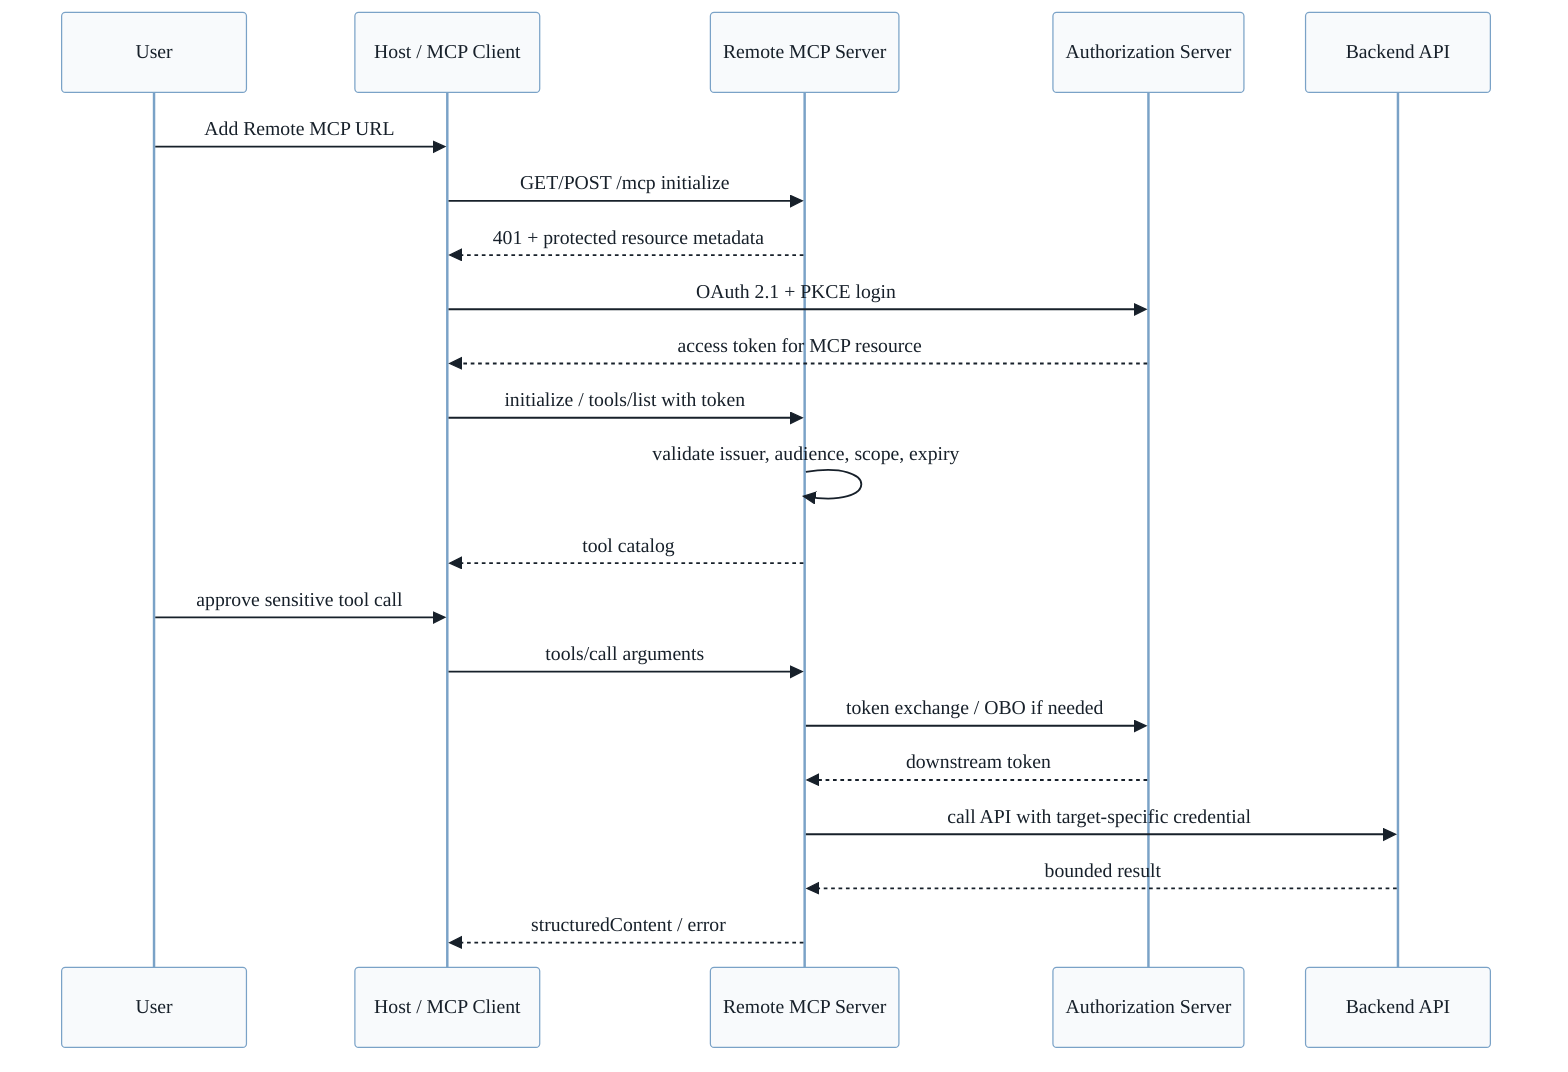
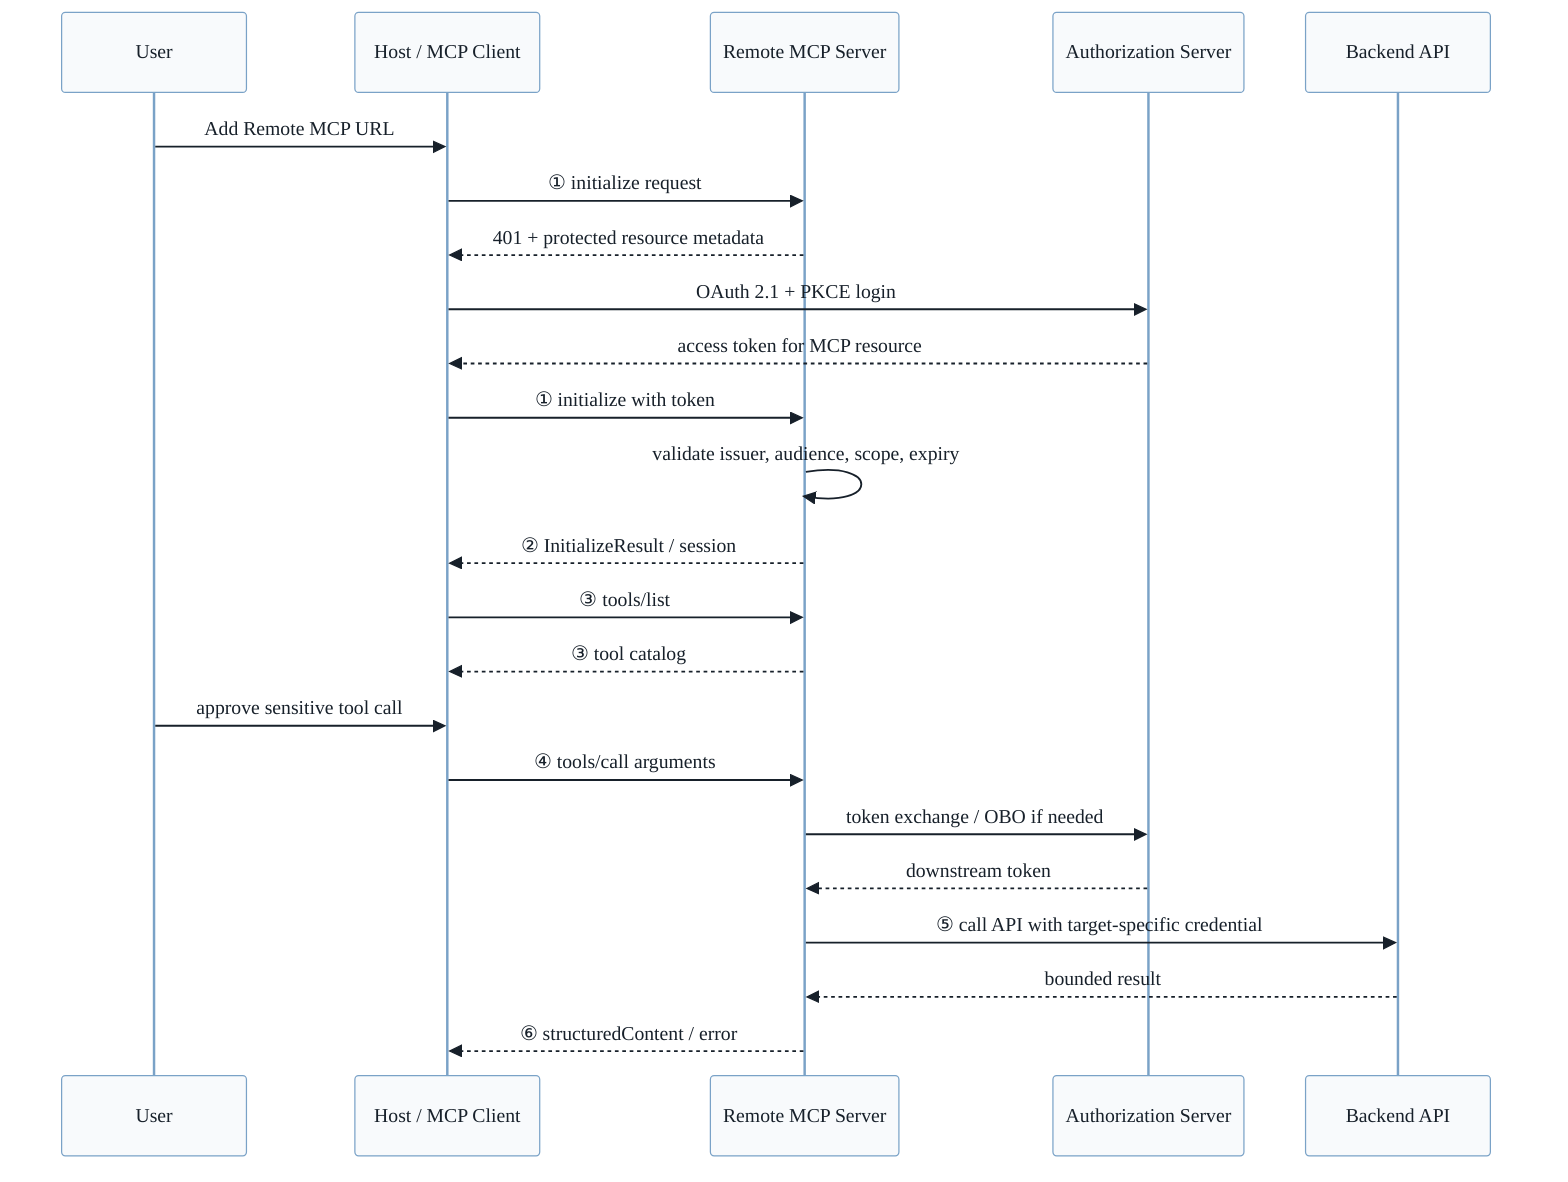
%%{init: {"theme": "base", "themeVariables": {"fontFamily": "Inter, Arial, sans-serif", "primaryColor": "#f8fafc", "primaryTextColor": "#17202a", "primaryBorderColor": "#7aa2c7", "lineColor": "#6b7a8c", "secondaryColor": "#eaf4ef", "tertiaryColor": "#f6efe2"}}}%%
sequenceDiagram
  participant U as User
  participant H as Host / MCP Client
  participant R as Remote MCP Server
  participant AS as Authorization Server
  participant API as Backend API

  U->>H: Add Remote MCP URL
-   H->>R: GET/POST /mcp initialize
+   H->>R: ① initialize request
  R-->>H: 401 + protected resource metadata
  H->>AS: OAuth 2.1 + PKCE login
  AS-->>H: access token for MCP resource
-   H->>R: initialize / tools/list with token
+   H->>R: ① initialize with token
  R->>R: validate issuer, audience, scope, expiry
-   R-->>H: tool catalog
+   R-->>H: ② InitializeResult / session
+   H->>R: ③ tools/list
+   R-->>H: ③ tool catalog
  U->>H: approve sensitive tool call
-   H->>R: tools/call arguments
+   H->>R: ④ tools/call arguments
  R->>AS: token exchange / OBO if needed
  AS-->>R: downstream token
-   R->>API: call API with target-specific credential
+   R->>API: ⑤ call API with target-specific credential
  API-->>R: bounded result
-   R-->>H: structuredContent / error
+   R-->>H: ⑥ structuredContent / error
